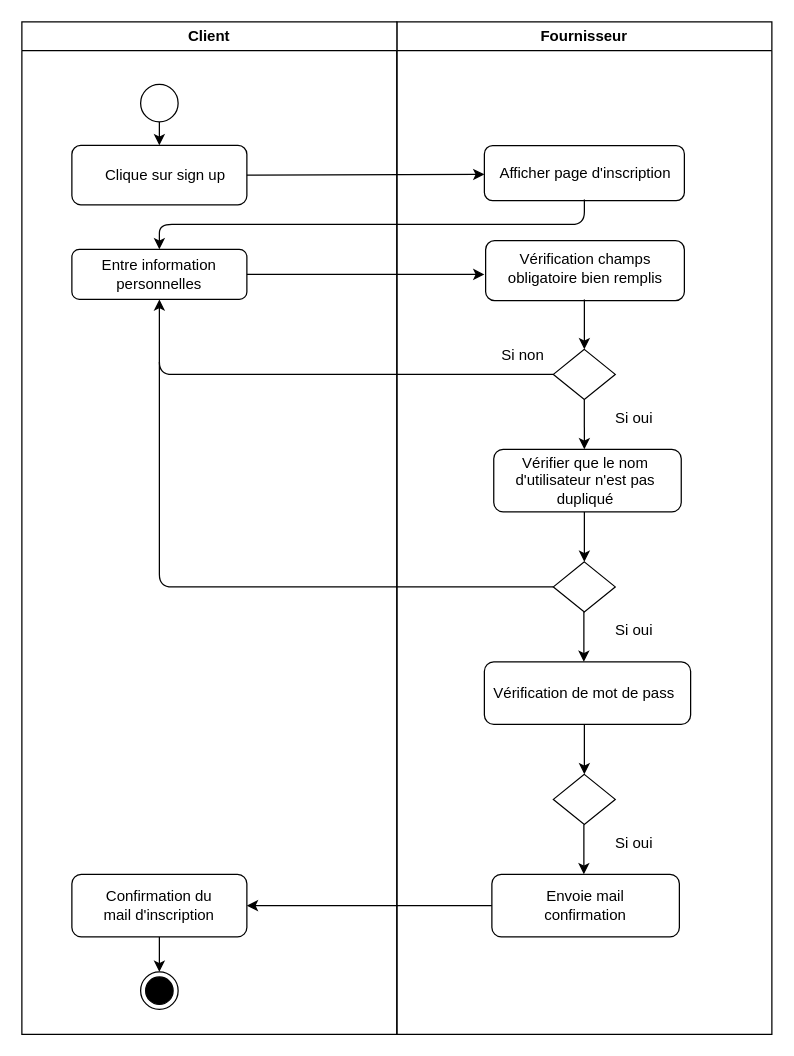
Before: mywebapp/doc/createAccount.drawio in cyang2001/APP-Informatique, a draw.io diagram. Source tidied: cells renumbered, new cells numbered last; positions are measured from the earlier drawing's top-left corner, leaving out a move shared by most shapes. Both pictures are drawn from the tidied source at 125%, with x=0, y=0 at pixel (21, 21).
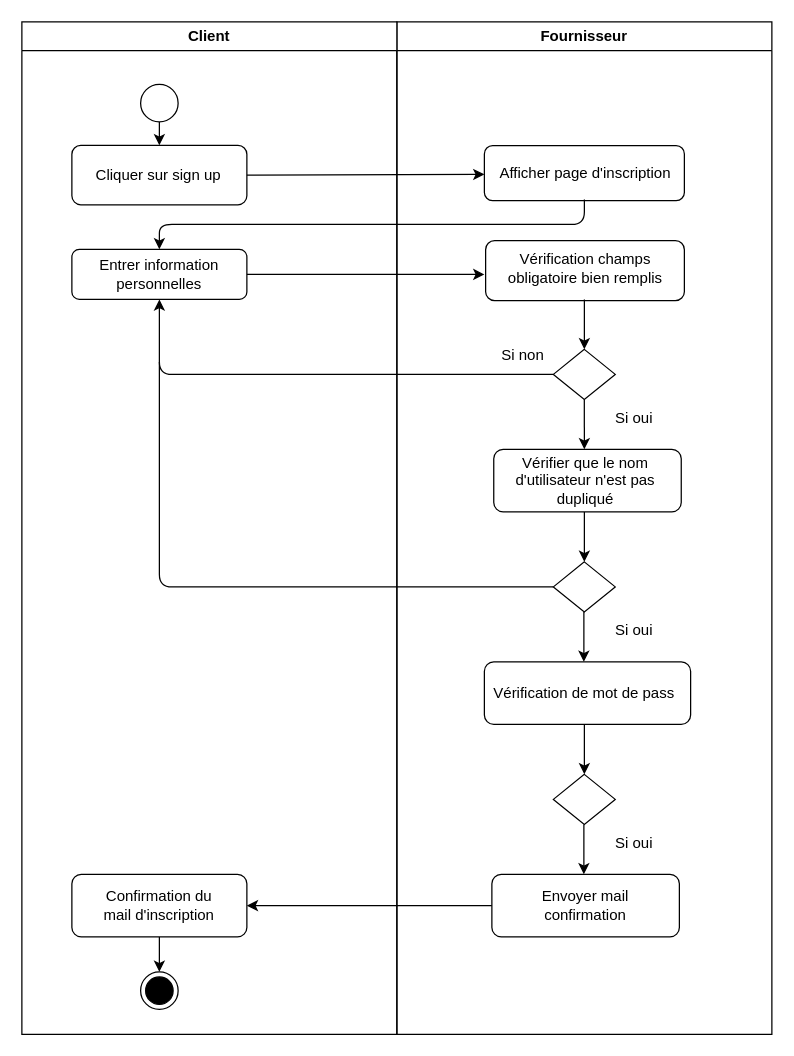
After the change.

The change refers to these unchanged cells:
```xml
<mxCell id="2" value="Fournisseur" style="swimlane;whiteSpace=wrap;html=1;fontSize=12;" parent="1" vertex="1">
  <mxGeometry x="300" width="300" height="810" as="geometry" />
</mxCell>
<mxCell id="25" value="Client" style="swimlane;whiteSpace=wrap;html=1;fontSize=12;" parent="1" vertex="1">
  <mxGeometry width="300" height="810" as="geometry" />
</mxCell>
```

Change to the diagram source:
```diff
@@
-    <mxCell id="24" value="Envoie mail confirmation" style="text;html=1;strokeColor=none;fillColor=none;align=center;verticalAlign=middle;whiteSpace=wrap;rounded=0;" parent="2" vertex="1">
+    <mxCell id="24" value="Envoyer mail confirmation" style="text;html=1;strokeColor=none;fillColor=none;align=center;verticalAlign=middle;whiteSpace=wrap;rounded=0;" parent="2" vertex="1">
       <mxGeometry x="86" y="692" width="130" height="30" as="geometry" />
     </mxCell>
@@
-    <mxCell id="28" value="Clique sur sign up" style="text;html=1;strokeColor=none;fillColor=none;align=center;verticalAlign=middle;whiteSpace=wrap;rounded=0;fontSize=12;" parent="25" vertex="1">
-      <mxGeometry x="65" y="107.5" width="100" height="30" as="geometry" />
+    <mxCell id="28" value="Cliquer sur sign up" style="text;html=1;strokeColor=none;fillColor=none;align=center;verticalAlign=middle;whiteSpace=wrap;rounded=0;fontSize=12;" parent="25" vertex="1">
+      <mxGeometry x="57" y="107.5" width="105" height="30" as="geometry" />
     </mxCell>
-    <mxCell id="29" value="Entre information personnelles" style="text;html=1;strokeColor=none;fillColor=none;align=center;verticalAlign=middle;whiteSpace=wrap;rounded=0;fontSize=12;" parent="25" vertex="1">
+    <mxCell id="29" value="Entrer information personnelles" style="text;html=1;strokeColor=none;fillColor=none;align=center;verticalAlign=middle;whiteSpace=wrap;rounded=0;fontSize=12;" parent="25" vertex="1">
       <mxGeometry x="55" y="187" width="110" height="30" as="geometry" />
     </mxCell>
```
